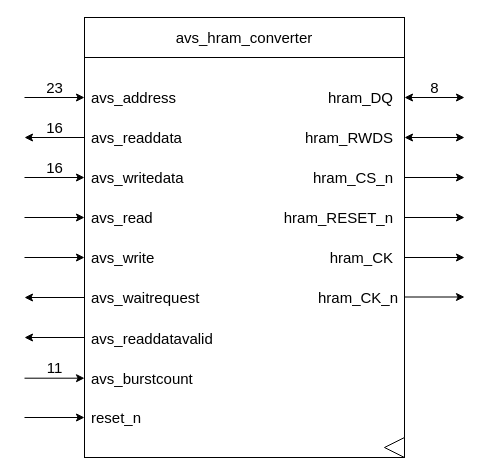
AndreaBononi/Intel_Cyclone10LP_systems keeps this draw.io diagram as page "OUTLINE" (1 of 14) of hyperram_system/ip/avs_hram_converter/schematics/avs_hram_converter.drawio. Above is the earlier version. Source tidied: cells renumbered, new cells numbered last; positions are measured from the earlier drawing's top-left corner, leaving out a move shared by most shapes. Both pictures are drawn from the tidied source at 100%, with x=0, y=0 at pixel (24, 17).
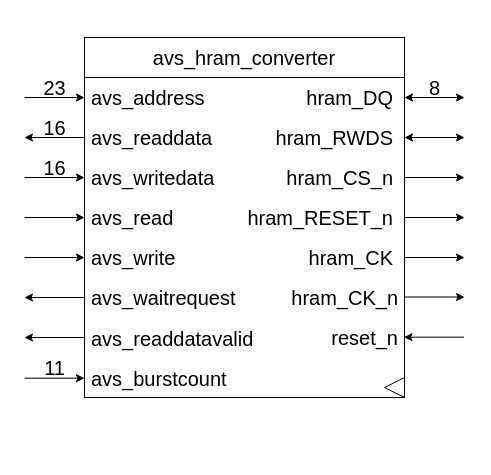
Above is the later version.

Change to the diagram source:
```diff
@@
-    <mxCell id="2" style="rounded=0;whiteSpace=wrap;html=1;" parent="1" vertex="1">
-      <mxGeometry x="60" y="40" width="320" height="400" as="geometry" />
+    <mxCell id="2" style="rounded=0;whiteSpace=wrap;html=1;fontSize=20;" parent="1" vertex="1">
+      <mxGeometry x="60" y="60" width="320" height="320" as="geometry" />
     </mxCell>
-    <mxCell id="3" value="hram_DQ" style="text;html=1;align=right;verticalAlign=middle;strokeColor=none;fillColor=none;fontSize=15;" parent="1" vertex="1">
-      <mxGeometry x="280" y="65" width="90" height="30" as="geometry" />
+    <mxCell id="3" value="hram_DQ" style="text;html=1;align=right;verticalAlign=middle;strokeColor=none;fillColor=none;fontSize=20;" parent="1" vertex="1">
+      <mxGeometry x="260" y="60" width="110" height="40" as="geometry" />
     </mxCell>
-    <mxCell id="4" value="hram_CS_n" style="text;html=1;align=right;verticalAlign=middle;strokeColor=none;fillColor=none;fontSize=15;" parent="1" vertex="1">
-      <mxGeometry x="270" y="145" width="100" height="30" as="geometry" />
+    <mxCell id="4" value="hram_CS_n" style="text;html=1;align=right;verticalAlign=middle;strokeColor=none;fillColor=none;fontSize=20;" parent="1" vertex="1">
+      <mxGeometry x="240" y="140" width="130" height="40" as="geometry" />
     </mxCell>
-    <mxCell id="5" value="hram_CK" style="text;html=1;align=right;verticalAlign=middle;strokeColor=none;fillColor=none;fontSize=15;" parent="1" vertex="1">
-      <mxGeometry x="280" y="225" width="90" height="30" as="geometry" />
+    <mxCell id="5" value="hram_CK" style="text;html=1;align=right;verticalAlign=middle;strokeColor=none;fillColor=none;fontSize=20;" parent="1" vertex="1">
+      <mxGeometry x="260" y="220" width="110" height="40" as="geometry" />
     </mxCell>
-    <mxCell id="6" value="&lt;div&gt;hram_RESET_n&lt;/div&gt;" style="text;html=1;align=right;verticalAlign=middle;strokeColor=none;fillColor=none;fontSize=15;" parent="1" vertex="1">
-      <mxGeometry x="240" y="185" width="130" height="30" as="geometry" />
+    <mxCell id="6" value="&lt;div style=&quot;font-size: 20px;&quot;&gt;hram_RESET_n&lt;/div&gt;" style="text;html=1;align=right;verticalAlign=middle;strokeColor=none;fillColor=none;fontSize=20;" parent="1" vertex="1">
+      <mxGeometry x="200" y="180" width="170" height="40" as="geometry" />
     </mxCell>
-    <mxCell id="7" value="&lt;div&gt;hram_RWDS&lt;/div&gt;" style="text;html=1;align=right;verticalAlign=middle;strokeColor=none;fillColor=none;fontSize=15;" parent="1" vertex="1">
-      <mxGeometry x="260" y="105" width="110" height="30" as="geometry" />
+    <mxCell id="7" value="&lt;div style=&quot;font-size: 20px;&quot;&gt;hram_RWDS&lt;/div&gt;" style="text;html=1;align=right;verticalAlign=middle;strokeColor=none;fillColor=none;fontSize=20;" parent="1" vertex="1">
+      <mxGeometry x="230" y="100" width="140" height="40" as="geometry" />
     </mxCell>
-    <mxCell id="8" value="&lt;div&gt;avs_hram_converter&lt;/div&gt;" style="rounded=0;whiteSpace=wrap;html=1;fontSize=15;" parent="1" vertex="1">
-      <mxGeometry x="60" width="320" height="40" as="geometry" />
+    <mxCell id="8" value="&lt;div style=&quot;font-size: 20px;&quot;&gt;avs_hram_converter&lt;/div&gt;" style="rounded=0;whiteSpace=wrap;html=1;fontSize=20;" parent="1" vertex="1">
+      <mxGeometry x="60" y="20" width="320" height="40" as="geometry" />
     </mxCell>
-    <mxCell id="9" style="endArrow=classic;html=1;rounded=0;fontSize=15;" parent="1" edge="1">
+    <mxCell id="9" style="endArrow=classic;html=1;rounded=0;fontSize=20;" parent="1" edge="1">
       <mxGeometry relative="1" as="geometry">
         <mxPoint x="380" y="240" as="sourcePoint" />
         <mxPoint x="440" y="240" as="targetPoint" />
       </mxGeometry>
     </mxCell>
-    <mxCell id="10" style="endArrow=classic;html=1;rounded=0;fontSize=15;" parent="1" edge="1">
+    <mxCell id="10" style="endArrow=classic;html=1;rounded=0;fontSize=20;" parent="1" edge="1">
       <mxGeometry relative="1" as="geometry">
         <mxPoint x="380" y="200" as="sourcePoint" />
         <mxPoint x="440" y="200" as="targetPoint" />
       </mxGeometry>
     </mxCell>
-    <mxCell id="11" style="endArrow=classic;html=1;rounded=0;fontSize=15;" parent="1" edge="1">
+    <mxCell id="11" style="endArrow=classic;html=1;rounded=0;fontSize=20;" parent="1" edge="1">
       <mxGeometry relative="1" as="geometry">
         <mxPoint x="380" y="160" as="sourcePoint" />
         <mxPoint x="440" y="160" as="targetPoint" />
       </mxGeometry>
     </mxCell>
-    <mxCell id="12" style="endArrow=classic;html=1;rounded=0;fontSize=15;startArrow=classic;startFill=1;" parent="1" edge="1">
+    <mxCell id="12" style="endArrow=classic;html=1;rounded=0;fontSize=20;startArrow=classic;startFill=1;" parent="1" edge="1">
       <mxGeometry relative="1" as="geometry">
         <mxPoint x="380" y="120" as="sourcePoint" />
         <mxPoint x="440" y="120" as="targetPoint" />
       </mxGeometry>
     </mxCell>
-    <mxCell id="13" style="endArrow=classic;html=1;rounded=0;fontSize=15;startArrow=classic;startFill=1;" parent="1" edge="1">
+    <mxCell id="13" style="endArrow=classic;html=1;rounded=0;fontSize=20;startArrow=classic;startFill=1;" parent="1" edge="1">
       <mxGeometry relative="1" as="geometry">
         <mxPoint x="380" y="80" as="sourcePoint" />
         <mxPoint x="440" y="80" as="targetPoint" />
       </mxGeometry>
     </mxCell>
-    <mxCell id="14" value="8" style="text;html=1;align=center;verticalAlign=middle;strokeColor=none;fillColor=none;fontSize=15;" parent="1" vertex="1">
-      <mxGeometry x="400" y="60" width="20" height="20" as="geometry" />
+    <mxCell id="14" value="8" style="text;html=1;align=center;verticalAlign=middle;strokeColor=none;fillColor=none;fontSize=20;" parent="1" vertex="1">
+      <mxGeometry x="395" y="50" width="30" height="40" as="geometry" />
     </mxCell>
-    <mxCell id="15" value="&lt;font style=&quot;font-size: 15px;&quot;&gt;avs_&lt;font style=&quot;font-size: 15px;&quot;&gt;address&lt;/font&gt;&lt;/font&gt;" style="text;html=1;align=left;verticalAlign=middle;strokeColor=none;fillColor=none;" parent="1" vertex="1">
-      <mxGeometry x="65" y="65" width="110" height="30" as="geometry" />
+    <mxCell id="15" value="&lt;font style=&quot;font-size: 20px;&quot;&gt;avs_&lt;font style=&quot;font-size: 20px;&quot;&gt;address&lt;/font&gt;&lt;/font&gt;" style="text;html=1;align=left;verticalAlign=middle;strokeColor=none;fillColor=none;fontSize=20;" parent="1" vertex="1">
+      <mxGeometry x="65" y="60" width="140" height="40" as="geometry" />
     </mxCell>
-    <mxCell id="16" value="&lt;font style=&quot;font-size: 15px;&quot;&gt;avs_&lt;/font&gt;readdata" style="text;html=1;align=left;verticalAlign=middle;strokeColor=none;fillColor=none;fontSize=15;" parent="1" vertex="1">
-      <mxGeometry x="65" y="105" width="110" height="30" as="geometry" />
+    <mxCell id="16" value="&lt;font style=&quot;font-size: 20px;&quot;&gt;avs_&lt;/font&gt;readdata" style="text;html=1;align=left;verticalAlign=middle;strokeColor=none;fillColor=none;fontSize=20;" parent="1" vertex="1">
+      <mxGeometry x="65" y="100" width="140" height="40" as="geometry" />
     </mxCell>
-    <mxCell id="17" value="&lt;font style=&quot;font-size: 15px;&quot;&gt;avs_&lt;/font&gt;read" style="text;html=1;align=left;verticalAlign=middle;strokeColor=none;fillColor=none;fontSize=15;" parent="1" vertex="1">
-      <mxGeometry x="65" y="185" width="80" height="30" as="geometry" />
+    <mxCell id="17" value="&lt;font style=&quot;font-size: 20px;&quot;&gt;avs_&lt;/font&gt;read" style="text;html=1;align=left;verticalAlign=middle;strokeColor=none;fillColor=none;fontSize=20;" parent="1" vertex="1">
+      <mxGeometry x="65" y="180" width="100" height="40" as="geometry" />
     </mxCell>
-    <mxCell id="18" value="&lt;font style=&quot;font-size: 15px;&quot;&gt;avs_w&lt;/font&gt;ritedata" style="text;html=1;align=left;verticalAlign=middle;strokeColor=none;fillColor=none;fontSize=15;" parent="1" vertex="1">
-      <mxGeometry x="65" y="145" width="120" height="30" as="geometry" />
+    <mxCell id="18" value="&lt;font style=&quot;font-size: 20px;&quot;&gt;avs_w&lt;/font&gt;ritedata" style="text;html=1;align=left;verticalAlign=middle;strokeColor=none;fillColor=none;fontSize=20;" parent="1" vertex="1">
+      <mxGeometry x="65" y="140" width="150" height="40" as="geometry" />
     </mxCell>
-    <mxCell id="19" value="&lt;font style=&quot;font-size: 15px;&quot;&gt;avs_&lt;/font&gt;write" style="text;html=1;align=left;verticalAlign=middle;strokeColor=none;fillColor=none;fontSize=15;" parent="1" vertex="1">
-      <mxGeometry x="65" y="225" width="90" height="30" as="geometry" />
+    <mxCell id="19" value="&lt;font style=&quot;font-size: 20px;&quot;&gt;avs_&lt;/font&gt;write" style="text;html=1;align=left;verticalAlign=middle;strokeColor=none;fillColor=none;fontSize=20;" parent="1" vertex="1">
+      <mxGeometry x="65" y="220" width="110" height="40" as="geometry" />
     </mxCell>
-    <mxCell id="20" value="&lt;font style=&quot;font-size: 15px;&quot;&gt;avs_&lt;/font&gt;waitrequest" style="text;html=1;align=left;verticalAlign=middle;strokeColor=none;fillColor=none;fontSize=15;" parent="1" vertex="1">
-      <mxGeometry x="65" y="265" width="130" height="30" as="geometry" />
+    <mxCell id="20" value="&lt;font style=&quot;font-size: 20px;&quot;&gt;avs_&lt;/font&gt;waitrequest" style="text;html=1;align=left;verticalAlign=middle;strokeColor=none;fillColor=none;fontSize=20;" parent="1" vertex="1">
+      <mxGeometry x="65" y="260" width="170" height="40" as="geometry" />
     </mxCell>
-    <mxCell id="21" style="endArrow=classic;html=1;rounded=0;fontSize=15;" parent="1" edge="1">
-      <mxGeometry relative="1" as="geometry">
-        <mxPoint y="400" as="sourcePoint" />
-        <mxPoint x="60" y="400" as="targetPoint" />
-      </mxGeometry>
-    </mxCell>
-    <mxCell id="22" style="endArrow=classic;html=1;rounded=0;fontSize=15;" parent="1" edge="1">
+    <mxCell id="22" style="endArrow=classic;html=1;rounded=0;fontSize=20;" parent="1" edge="1">
       <mxGeometry relative="1" as="geometry">
         <mxPoint x="60" y="280" as="sourcePoint" />
         <mxPoint y="280" as="targetPoint" />
       </mxGeometry>
     </mxCell>
-    <mxCell id="23" style="endArrow=classic;html=1;rounded=0;fontSize=15;" parent="1" edge="1">
+    <mxCell id="23" style="endArrow=classic;html=1;rounded=0;fontSize=20;" parent="1" edge="1">
       <mxGeometry relative="1" as="geometry">
         <mxPoint y="240" as="sourcePoint" />
         <mxPoint x="60" y="240" as="targetPoint" />
       </mxGeometry>
     </mxCell>
-    <mxCell id="24" style="endArrow=classic;html=1;rounded=0;fontSize=15;" parent="1" edge="1">
+    <mxCell id="24" style="endArrow=classic;html=1;rounded=0;fontSize=20;" parent="1" edge="1">
       <mxGeometry relative="1" as="geometry">
         <mxPoint y="200" as="sourcePoint" />
         <mxPoint x="60" y="200" as="targetPoint" />
       </mxGeometry>
     </mxCell>
-    <mxCell id="25" style="endArrow=classic;html=1;rounded=0;fontSize=15;" parent="1" edge="1">
+    <mxCell id="25" style="endArrow=classic;html=1;rounded=0;fontSize=20;" parent="1" edge="1">
       <mxGeometry relative="1" as="geometry">
         <mxPoint y="160" as="sourcePoint" />
         <mxPoint x="60" y="160" as="targetPoint" />
       </mxGeometry>
     </mxCell>
-    <mxCell id="26" style="endArrow=classic;html=1;rounded=0;fontSize=15;" parent="1" edge="1">
+    <mxCell id="26" style="endArrow=classic;html=1;rounded=0;fontSize=20;" parent="1" edge="1">
       <mxGeometry relative="1" as="geometry">
         <mxPoint x="60" y="120" as="sourcePoint" />
         <mxPoint y="120" as="targetPoint" />
       </mxGeometry>
     </mxCell>
-    <mxCell id="27" style="endArrow=classic;html=1;rounded=0;fontSize=15;" parent="1" edge="1">
+    <mxCell id="27" style="endArrow=classic;html=1;rounded=0;fontSize=20;" parent="1" edge="1">
       <mxGeometry relative="1" as="geometry">
         <mxPoint y="80" as="sourcePoint" />
         <mxPoint x="60" y="80" as="targetPoint" />
       </mxGeometry>
     </mxCell>
-    <mxCell id="28" value="23" style="text;html=1;align=center;verticalAlign=middle;strokeColor=none;fillColor=none;fontSize=15;" parent="1" vertex="1">
-      <mxGeometry x="10" y="55" width="40" height="30" as="geometry" />
+    <mxCell id="28" value="23" style="text;html=1;align=center;verticalAlign=middle;strokeColor=none;fillColor=none;fontSize=20;" parent="1" vertex="1">
+      <mxGeometry x="5" y="50" width="50" height="40" as="geometry" />
     </mxCell>
-    <mxCell id="29" value="16" style="text;html=1;align=center;verticalAlign=middle;strokeColor=none;fillColor=none;fontSize=15;" parent="1" vertex="1">
-      <mxGeometry x="15" y="100" width="30" height="20" as="geometry" />
+    <mxCell id="29" value="16" style="text;html=1;align=center;verticalAlign=middle;strokeColor=none;fillColor=none;fontSize=20;" parent="1" vertex="1">
+      <mxGeometry x="5" y="90" width="50" height="40" as="geometry" />
     </mxCell>
-    <mxCell id="30" value="16" style="text;html=1;align=center;verticalAlign=middle;strokeColor=none;fillColor=none;fontSize=15;" parent="1" vertex="1">
-      <mxGeometry x="15" y="140" width="30" height="20" as="geometry" />
+    <mxCell id="30" value="16" style="text;html=1;align=center;verticalAlign=middle;strokeColor=none;fillColor=none;fontSize=20;" parent="1" vertex="1">
+      <mxGeometry x="5" y="130" width="50" height="40" as="geometry" />
     </mxCell>
-    <mxCell id="31" value="reset_n" style="text;html=1;align=left;verticalAlign=middle;strokeColor=none;fillColor=none;fontSize=15;" parent="1" vertex="1">
-      <mxGeometry x="65" y="385" width="70" height="30" as="geometry" />
+    <mxCell id="31" value="reset_n" style="text;html=1;align=right;verticalAlign=middle;strokeColor=none;fillColor=none;fontSize=20;" parent="1" vertex="1">
+      <mxGeometry x="284.5" y="300" width="90" height="40" as="geometry" />
     </mxCell>
-    <mxCell id="32" value="&lt;font style=&quot;font-size: 15px;&quot;&gt;avs_&lt;/font&gt;readdatavalid" style="text;html=1;align=left;verticalAlign=middle;strokeColor=none;fillColor=none;fontSize=15;" parent="1" vertex="1">
-      <mxGeometry x="65" y="305.7" width="140" height="30" as="geometry" />
+    <mxCell id="32" value="&lt;font style=&quot;font-size: 20px;&quot;&gt;avs_&lt;/font&gt;readdatavalid" style="text;html=1;align=left;verticalAlign=middle;strokeColor=none;fillColor=none;fontSize=20;" parent="1" vertex="1">
+      <mxGeometry x="65" y="300.7" width="180" height="40" as="geometry" />
     </mxCell>
-    <mxCell id="33" style="endArrow=classic;html=1;rounded=0;fontSize=15;" parent="1" edge="1">
+    <mxCell id="33" style="endArrow=classic;html=1;rounded=0;fontSize=20;" parent="1" edge="1">
       <mxGeometry relative="1" as="geometry">
         <mxPoint x="60" y="320" as="sourcePoint" />
         <mxPoint y="320" as="targetPoint" />
       </mxGeometry>
     </mxCell>
-    <mxCell id="34" style="triangle;whiteSpace=wrap;html=1;direction=west;fontSize=15;" parent="1" vertex="1">
-      <mxGeometry x="360" y="420" width="20" height="20" as="geometry" />
+    <mxCell id="34" style="triangle;whiteSpace=wrap;html=1;direction=west;fontSize=20;" parent="1" vertex="1">
+      <mxGeometry x="360" y="360" width="20" height="20" as="geometry" />
     </mxCell>
-    <mxCell id="35" value="&lt;font style=&quot;font-size: 15px;&quot;&gt;avs_&lt;/font&gt;burstcount" style="text;html=1;align=left;verticalAlign=middle;strokeColor=none;fillColor=none;fontSize=15;" parent="1" vertex="1">
-      <mxGeometry x="65" y="345.7" width="120" height="30" as="geometry" />
+    <mxCell id="35" value="&lt;font style=&quot;font-size: 20px;&quot;&gt;avs_&lt;/font&gt;burstcount" style="text;html=1;align=left;verticalAlign=middle;strokeColor=none;fillColor=none;fontSize=20;" parent="1" vertex="1">
+      <mxGeometry x="65" y="340.7" width="160" height="40" as="geometry" />
     </mxCell>
-    <mxCell id="36" style="endArrow=classic;html=1;rounded=0;fontSize=15;" parent="1" edge="1">
+    <mxCell id="36" style="endArrow=classic;html=1;rounded=0;fontSize=20;" parent="1" edge="1">
       <mxGeometry relative="1" as="geometry">
         <mxPoint y="360.7" as="sourcePoint" />
         <mxPoint x="60" y="360.7" as="targetPoint" />
       </mxGeometry>
     </mxCell>
-    <mxCell id="37" value="11" style="text;html=1;align=center;verticalAlign=middle;strokeColor=none;fillColor=none;fontSize=15;" parent="1" vertex="1">
-      <mxGeometry x="10" y="335" width="40" height="30" as="geometry" />
+    <mxCell id="37" value="11" style="text;html=1;align=center;verticalAlign=middle;strokeColor=none;fillColor=none;fontSize=20;" parent="1" vertex="1">
+      <mxGeometry x="5" y="330" width="50" height="40" as="geometry" />
     </mxCell>
-    <mxCell id="38" value="hram_CK_n" style="text;html=1;align=right;verticalAlign=middle;strokeColor=none;fillColor=none;fontSize=15;" parent="1" vertex="1">
-      <mxGeometry x="275" y="265" width="100" height="30" as="geometry" />
+    <mxCell id="38" value="hram_CK_n" style="text;html=1;align=right;verticalAlign=middle;strokeColor=none;fillColor=none;fontSize=20;" parent="1" vertex="1">
+      <mxGeometry x="245" y="260" width="130" height="40" as="geometry" />
     </mxCell>
-    <mxCell id="39" style="endArrow=classic;html=1;rounded=0;fontSize=15;" parent="1" edge="1">
+    <mxCell id="39" style="endArrow=classic;html=1;rounded=0;fontSize=20;" parent="1" edge="1">
       <mxGeometry relative="1" as="geometry">
         <mxPoint x="380" y="279.5" as="sourcePoint" />
         <mxPoint x="440" y="279.5" as="targetPoint" />
       </mxGeometry>
     </mxCell>
+    <mxCell id="40" style="endArrow=none;html=1;rounded=0;fontSize=20;startArrow=classic;startFill=1;endFill=0;" parent="1" edge="1">
+      <mxGeometry relative="1" as="geometry">
+        <mxPoint x="379.5" y="319.7" as="sourcePoint" />
+        <mxPoint x="439.5" y="319.7" as="targetPoint" />
+      </mxGeometry>
+    </mxCell>
```
